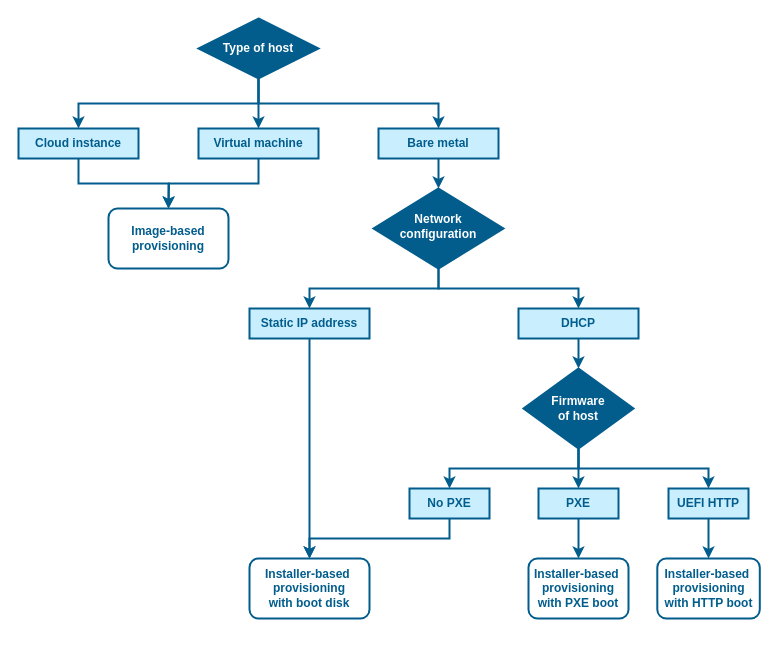
theforeman/foreman-documentation keeps this draw.io diagram as guides/image-sources/provisioning-method-selection.drawio. Above is the earlier version. Source tidied: cells renumbered, new cells numbered last; positions are measured from the earlier drawing's top-left corner, leaving out a move shared by most shapes. Both pictures are drawn from the tidied source at 100%, with x=0, y=0 at pixel (18, 18).
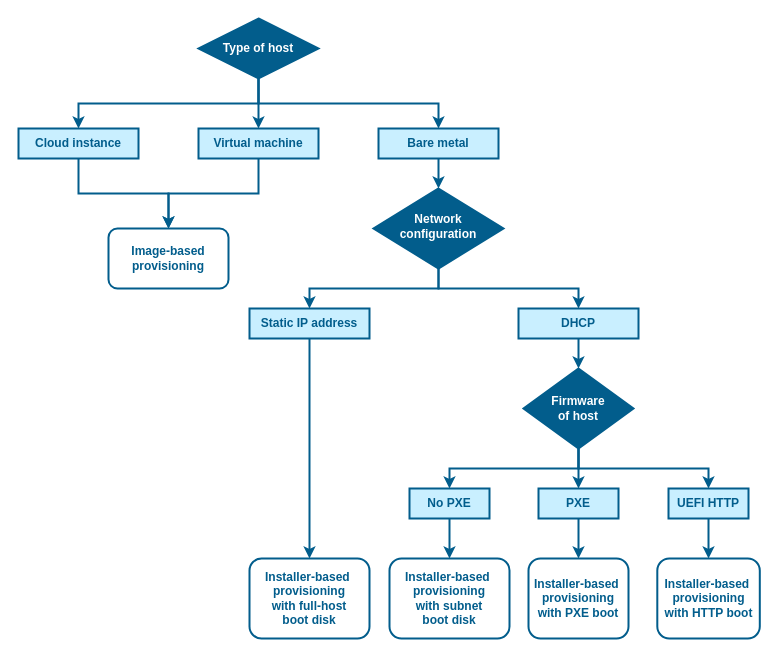
The same page after the edit.

Commit message (it also covers changes not shown here):
Split boot disks

The change refers to these unchanged cells:
```xml
<mxCell id="9" value="Virtual machine" style="rounded=0;whiteSpace=wrap;html=1;fontColor=#025d8c;fontStyle=1;strokeColor=#025d8c;strokeWidth=2;fillColor=#C9EFFF;" parent="1" vertex="1">
  <mxGeometry x="180" y="110" width="120" height="30" as="geometry" />
</mxCell>
<mxCell id="29" value="No PXE" style="rounded=0;whiteSpace=wrap;html=1;fontColor=#025d8c;fontStyle=1;strokeColor=#025d8c;strokeWidth=2;fillColor=#C9EFFF;" parent="1" vertex="1">
  <mxGeometry x="391" y="470" width="80" height="30" as="geometry" />
</mxCell>
```

Diff of the diagram source:
```diff
@@
-    <mxCell id="8" style="edgeStyle=orthogonalEdgeStyle;rounded=0;jettySize=auto;html=1;exitX=0.5;exitY=1;exitDx=0;exitDy=0;fontColor=#025d8c;fontStyle=1;strokeColor=#025d8c;strokeWidth=2;" parent="1" edge="1" source="9">
-      <mxGeometry relative="1" as="geometry">
-        <mxPoint x="150" y="190" as="targetPoint" />
-      </mxGeometry>
+    <mxCell id="8" style="edgeStyle=orthogonalEdgeStyle;rounded=0;jettySize=auto;html=1;exitX=0.5;exitY=1;exitDx=0;exitDy=0;fontColor=#025d8c;fontStyle=1;strokeColor=#025d8c;strokeWidth=2;entryX=0.5;entryY=0;entryDx=0;entryDy=0;" parent="1" edge="1" source="9" target="12">
+      <mxGeometry relative="1" as="geometry" />
     </mxCell>
@@
     <mxCell id="12" value="Image-based&lt;div&gt;provisioning&lt;/div&gt;" style="rounded=1;whiteSpace=wrap;html=1;fontColor=#025d8c;fontStyle=1;strokeColor=#025d8c;strokeWidth=2;fillColor=#ffffff;" parent="1" vertex="1">
-      <mxGeometry x="90" y="190" width="120" height="60" as="geometry" />
+      <mxGeometry x="90" y="210" width="120" height="60" as="geometry" />
     </mxCell>
@@
-    <mxCell id="28" style="edgeStyle=orthogonalEdgeStyle;rounded=0;jettySize=auto;html=1;exitX=0.5;exitY=1;exitDx=0;exitDy=0;entryX=0.5;entryY=0;entryDx=0;entryDy=0;fontColor=#025d8c;fontStyle=1;strokeColor=#025d8c;strokeWidth=2;" parent="1" edge="1" source="29" target="30">
+    <mxCell id="28" style="edgeStyle=orthogonalEdgeStyle;rounded=0;jettySize=auto;html=1;exitX=0.5;exitY=1;exitDx=0;exitDy=0;entryX=0.5;entryY=0;entryDx=0;entryDy=0;fontColor=#025d8c;fontStyle=1;strokeColor=#025d8c;strokeWidth=2;" parent="1" edge="1" source="29" target="33">
       <mxGeometry relative="1" as="geometry" />
     </mxCell>
@@
-    <mxCell id="30" value="Installer-based&amp;nbsp;&lt;div&gt;provisioning&lt;/div&gt;&lt;div&gt;with boot disk&lt;/div&gt;" style="rounded=1;whiteSpace=wrap;html=1;fontColor=#025d8c;fontStyle=1;strokeColor=#025d8c;strokeWidth=2;fillColor=#ffffff;" parent="1" vertex="1">
-      <mxGeometry x="231" y="540" width="120" height="60" as="geometry" />
+    <mxCell id="30" value="Installer-based&amp;nbsp;&lt;div&gt;provisioning&lt;/div&gt;&lt;div&gt;with full-host&lt;/div&gt;&lt;div&gt;boot disk&lt;/div&gt;" style="rounded=1;whiteSpace=wrap;html=1;fontColor=#025d8c;fontStyle=1;strokeColor=#025d8c;strokeWidth=2;fillColor=#ffffff;" parent="1" vertex="1">
+      <mxGeometry x="231" y="540" width="120" height="80" as="geometry" />
     </mxCell>
     <mxCell id="31" value="Installer-based&amp;nbsp;&lt;div&gt;provisioning&lt;/div&gt;&lt;div&gt;with PXE boot&lt;/div&gt;" style="rounded=1;whiteSpace=wrap;html=1;fontColor=#025d8c;fontStyle=1;strokeColor=#025d8c;strokeWidth=2;fillColor=#ffffff;" parent="1" vertex="1">
-      <mxGeometry x="510" y="540" width="100" height="60" as="geometry" />
+      <mxGeometry x="510" y="540" width="100" height="80" as="geometry" />
     </mxCell>
     <mxCell id="32" value="Installer-based&amp;nbsp;&lt;div&gt;provisioning&lt;/div&gt;&lt;div&gt;with HTTP boot&lt;/div&gt;" style="rounded=1;whiteSpace=wrap;html=1;fontColor=#025d8c;fontStyle=1;strokeColor=#025d8c;strokeWidth=2;fillColor=#ffffff;" parent="1" vertex="1">
-      <mxGeometry x="638.8" y="540" width="102.5" height="60" as="geometry" />
+      <mxGeometry x="638.8" y="540" width="102.5" height="80" as="geometry" />
     </mxCell>
+    <mxCell id="33" value="Installer-based&amp;nbsp;&lt;div&gt;provisioning&lt;/div&gt;&lt;div&gt;with subnet&lt;/div&gt;&lt;div&gt;boot disk&lt;/div&gt;" style="rounded=1;whiteSpace=wrap;html=1;fontColor=#025d8c;fontStyle=1;strokeColor=#025d8c;strokeWidth=2;fillColor=#ffffff;" parent="1" vertex="1">
+      <mxGeometry x="371" y="540" width="120" height="80" as="geometry" />
+    </mxCell>
```
